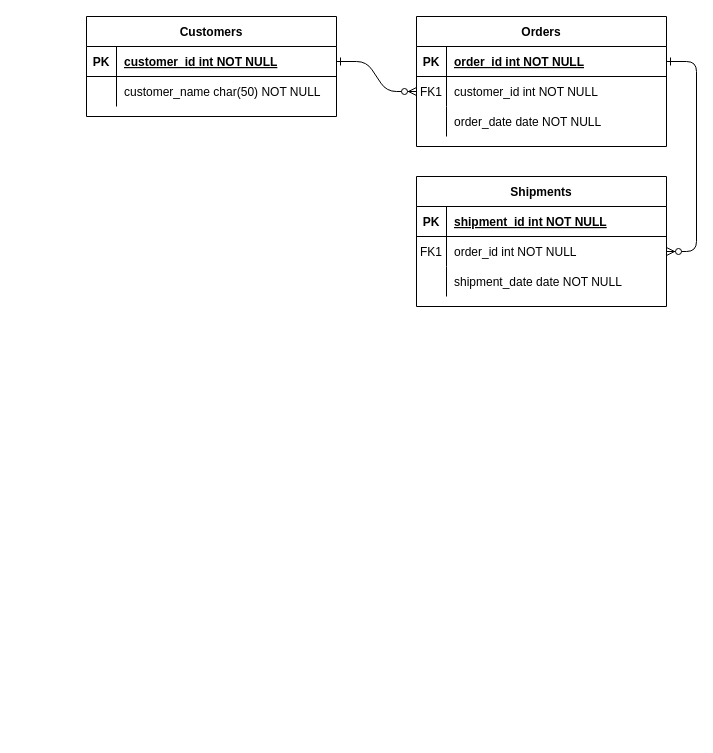
Earlier version of the draw.io diagram Untitled Diagram.drawio (panda-win/pact). Source tidied: cells renumbered, new cells numbered last; positions are measured from the earlier drawing's top-left corner, leaving out a move shared by most shapes. Both pictures are drawn from the tidied source at 100%, with x=0, y=0 at pixel (86, 16).
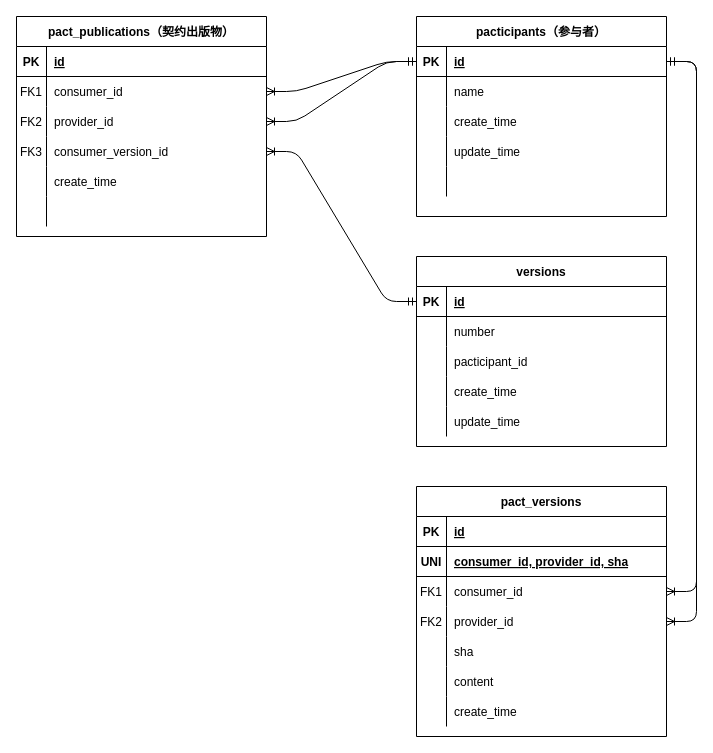
The same page after the edit.

Unchanged cells that the change refers to:
```xml
<mxCell id="5" style="shape=partialRectangle;fillColor=none;points=[[0,0.5],[1,0.5]];portConstraint=eastwest;top=0;left=0;right=0;bottom=1;" parent="4" vertex="1">
  <mxGeometry y="30" width="250" height="30" as="geometry" />
</mxCell>
<mxCell id="8" style="shape=partialRectangle;fillColor=none;points=[[0,0.5],[1,0.5]];portConstraint=eastwest;top=0;left=0;right=0;bottom=0;" parent="4" vertex="1">
  <mxGeometry y="60" width="250" height="30" as="geometry" />
</mxCell>
<mxCell id="15" style="shape=partialRectangle;fillColor=none;points=[[0,0.5],[1,0.5]];portConstraint=eastwest;top=0;left=0;right=0;bottom=1;" parent="14" vertex="1">
  <mxGeometry y="30" width="250" height="30" as="geometry" />
</mxCell>
<mxCell id="25" style="shape=partialRectangle;fillColor=none;points=[[0,0.5],[1,0.5]];portConstraint=eastwest;top=0;left=0;right=0;bottom=1;" parent="24" vertex="1">
  <mxGeometry y="30" width="250" height="30" as="geometry" />
</mxCell>
<mxCell id="28" style="shape=partialRectangle;fillColor=none;top=0;left=0;right=0;bottom=0;" parent="24" vertex="1">
  <mxGeometry y="60" width="250" height="30" as="geometry" />
</mxCell>
```

Diff of the diagram source:
```diff
@@
-    <mxCell id="2" style="edgeStyle=entityRelationEdgeStyle;endArrow=ERzeroToMany;startArrow=ERone;endFill=1;startFill=0;" parent="1" edge="1" source="25" target="8">
-      <mxGeometry relative="1" as="geometry" />
-    </mxCell>
-    <mxCell id="3" style="edgeStyle=entityRelationEdgeStyle;endArrow=ERzeroToMany;startArrow=ERone;endFill=1;startFill=0;" parent="1" edge="1" source="5" target="18">
-      <mxGeometry relative="1" as="geometry" />
-    </mxCell>
-    <mxCell id="4" value="Orders" style="shape=table;startSize=30;childLayout=tableLayout;rowLines=0;fontStyle=1;align=center;" parent="1" vertex="1">
-      <mxGeometry x="330" width="250" height="130" as="geometry" />
+    <mxCell id="4" value="pact_publications（契约出版物）" style="shape=table;startSize=30;childLayout=tableLayout;rowLines=0;fontStyle=1;align=center;" parent="1" vertex="1">
+      <mxGeometry x="-70" width="250" height="220" as="geometry" />
     </mxCell>
@@
-    <mxCell id="7" value="order_id int NOT NULL " style="shape=partialRectangle;overflow=hidden;fillColor=none;top=0;left=0;bottom=0;right=0;align=left;spacingLeft=6;fontStyle=5;" parent="5" vertex="1">
+    <mxCell id="7" value="id" style="shape=partialRectangle;overflow=hidden;fillColor=none;top=0;left=0;bottom=0;right=0;align=left;spacingLeft=6;fontStyle=5;" parent="5" vertex="1">
       <mxGeometry x="30" width="220" height="30" as="geometry" />
     </mxCell>
@@
-    <mxCell id="10" value="customer_id int NOT NULL" style="shape=partialRectangle;overflow=hidden;fillColor=none;top=0;left=0;bottom=0;right=0;align=left;spacingLeft=6;" parent="8" vertex="1">
+    <mxCell id="10" value="consumer_id" style="shape=partialRectangle;overflow=hidden;fillColor=none;top=0;left=0;bottom=0;right=0;align=left;spacingLeft=6;" parent="8" vertex="1">
       <mxGeometry x="30" width="220" height="30" as="geometry" />
     </mxCell>
+    <mxCell id="31" style="shape=partialRectangle;fillColor=none;points=[[0,0.5],[1,0.5]];portConstraint=eastwest;top=0;left=0;right=0;bottom=0;" parent="4" vertex="1">
+      <mxGeometry y="90" width="250" height="30" as="geometry" />
+    </mxCell>
+    <mxCell id="32" value="FK2" style="shape=partialRectangle;overflow=hidden;fillColor=none;top=0;left=0;bottom=0;right=0;" parent="31" vertex="1">
+      <mxGeometry width="30" height="30" as="geometry" />
+    </mxCell>
+    <mxCell id="33" value="provider_id" style="shape=partialRectangle;overflow=hidden;fillColor=none;top=0;left=0;bottom=0;right=0;align=left;spacingLeft=6;" parent="31" vertex="1">
+      <mxGeometry x="30" width="220" height="30" as="geometry" />
+    </mxCell>
     <mxCell id="11" style="shape=partialRectangle;fillColor=none;points=[[0,0.5],[1,0.5]];portConstraint=eastwest;top=0;left=0;right=0;bottom=0;" parent="4" vertex="1">
-      <mxGeometry y="90" width="250" height="30" as="geometry" />
+      <mxGeometry y="120" width="250" height="30" as="geometry" />
     </mxCell>
-    <mxCell id="12" style="shape=partialRectangle;overflow=hidden;fillColor=none;top=0;left=0;bottom=0;right=0;" parent="11" vertex="1">
+    <mxCell id="12" value="FK3" style="shape=partialRectangle;overflow=hidden;fillColor=none;top=0;left=0;bottom=0;right=0;" parent="11" vertex="1">
       <mxGeometry width="30" height="30" as="geometry" />
     </mxCell>
-    <mxCell id="13" value="order_date date NOT NULL" style="shape=partialRectangle;overflow=hidden;fillColor=none;top=0;left=0;bottom=0;right=0;align=left;spacingLeft=6;" parent="11" vertex="1">
+    <mxCell id="13" value="consumer_version_id" style="shape=partialRectangle;overflow=hidden;fillColor=none;top=0;left=0;bottom=0;right=0;align=left;spacingLeft=6;" parent="11" vertex="1">
       <mxGeometry x="30" width="220" height="30" as="geometry" />
     </mxCell>
+    <mxCell id="34" style="shape=partialRectangle;fillColor=none;top=0;left=0;right=0;bottom=0;" parent="4" vertex="1">
+      <mxGeometry y="150" width="250" height="30" as="geometry" />
+    </mxCell>
+    <mxCell id="35" style="shape=partialRectangle;overflow=hidden;fillColor=none;top=0;left=0;bottom=0;right=0;" parent="34" vertex="1">
+      <mxGeometry width="30" height="30" as="geometry" />
+    </mxCell>
+    <mxCell id="36" value="create_time" style="shape=partialRectangle;overflow=hidden;fillColor=none;top=0;left=0;bottom=0;right=0;align=left;spacingLeft=6;" parent="34" vertex="1">
+      <mxGeometry x="30" width="220" height="30" as="geometry" />
+    </mxCell>
+    <mxCell id="37" style="shape=partialRectangle;fillColor=none;top=0;left=0;right=0;bottom=0;" parent="4" vertex="1">
+      <mxGeometry y="180" width="250" height="30" as="geometry" />
+    </mxCell>
+    <mxCell id="38" style="shape=partialRectangle;overflow=hidden;fillColor=none;top=0;left=0;bottom=0;right=0;" parent="37" vertex="1">
+      <mxGeometry width="30" height="30" as="geometry" />
+    </mxCell>
+    <mxCell id="39" style="shape=partialRectangle;overflow=hidden;fillColor=none;top=0;left=0;bottom=0;right=0;align=left;spacingLeft=6;" parent="37" vertex="1">
+      <mxGeometry x="30" width="220" height="30" as="geometry" />
+    </mxCell>
-    <mxCell id="14" value="Shipments" style="shape=table;startSize=30;childLayout=tableLayout;rowLines=0;fontStyle=1;align=center;" parent="1" vertex="1">
-      <mxGeometry x="330" y="160" width="250" height="130" as="geometry" />
+    <mxCell id="14" value="versions" style="shape=table;startSize=30;childLayout=tableLayout;rowLines=0;fontStyle=1;align=center;" parent="1" vertex="1">
+      <mxGeometry x="330" y="240" width="250" height="190" as="geometry" />
     </mxCell>
@@
-    <mxCell id="17" value="shipment_id int NOT NULL " style="shape=partialRectangle;overflow=hidden;fillColor=none;top=0;left=0;bottom=0;right=0;align=left;spacingLeft=6;fontStyle=5;" parent="15" vertex="1">
+    <mxCell id="17" value="id" style="shape=partialRectangle;overflow=hidden;fillColor=none;top=0;left=0;bottom=0;right=0;align=left;spacingLeft=6;fontStyle=5;" parent="15" vertex="1">
       <mxGeometry x="30" width="220" height="30" as="geometry" />
     </mxCell>
+    <mxCell id="40" style="shape=partialRectangle;fillColor=none;top=0;left=0;right=0;bottom=0;" parent="14" vertex="1">
+      <mxGeometry y="60" width="250" height="30" as="geometry" />
+    </mxCell>
+    <mxCell id="41" style="shape=partialRectangle;overflow=hidden;fillColor=none;top=0;left=0;bottom=0;right=0;" parent="40" vertex="1">
+      <mxGeometry width="30" height="30" as="geometry" />
+    </mxCell>
+    <mxCell id="42" value="number" style="shape=partialRectangle;overflow=hidden;fillColor=none;top=0;left=0;bottom=0;right=0;align=left;spacingLeft=6;" parent="40" vertex="1">
+      <mxGeometry x="30" width="220" height="30" as="geometry" />
+    </mxCell>
     <mxCell id="18" style="shape=partialRectangle;fillColor=none;points=[[0,0.5],[1,0.5]];portConstraint=eastwest;top=0;left=0;right=0;bottom=0;" parent="14" vertex="1">
-      <mxGeometry y="60" width="250" height="30" as="geometry" />
+      <mxGeometry y="90" width="250" height="30" as="geometry" />
     </mxCell>
-    <mxCell id="19" value="FK1" style="shape=partialRectangle;overflow=hidden;fillColor=none;top=0;left=0;bottom=0;right=0;" parent="18" vertex="1">
+    <mxCell id="19" style="shape=partialRectangle;overflow=hidden;fillColor=none;top=0;left=0;bottom=0;right=0;" parent="18" vertex="1">
       <mxGeometry width="30" height="30" as="geometry" />
     </mxCell>
-    <mxCell id="20" value="order_id int NOT NULL" style="shape=partialRectangle;overflow=hidden;fillColor=none;top=0;left=0;bottom=0;right=0;align=left;spacingLeft=6;" parent="18" vertex="1">
+    <mxCell id="20" value="pacticipant_id" style="shape=partialRectangle;overflow=hidden;fillColor=none;top=0;left=0;bottom=0;right=0;align=left;spacingLeft=6;" parent="18" vertex="1">
       <mxGeometry x="30" width="220" height="30" as="geometry" />
     </mxCell>
+    <mxCell id="43" style="shape=partialRectangle;fillColor=none;top=0;left=0;right=0;bottom=0;" parent="14" vertex="1">
+      <mxGeometry y="120" width="250" height="30" as="geometry" />
+    </mxCell>
+    <mxCell id="44" style="shape=partialRectangle;overflow=hidden;fillColor=none;top=0;left=0;bottom=0;right=0;" parent="43" vertex="1">
+      <mxGeometry width="30" height="30" as="geometry" />
+    </mxCell>
+    <mxCell id="45" value="create_time" style="shape=partialRectangle;overflow=hidden;fillColor=none;top=0;left=0;bottom=0;right=0;align=left;spacingLeft=6;" parent="43" vertex="1">
+      <mxGeometry x="30" width="220" height="30" as="geometry" />
+    </mxCell>
     <mxCell id="21" style="shape=partialRectangle;fillColor=none;top=0;left=0;right=0;bottom=0;" parent="14" vertex="1">
-      <mxGeometry y="90" width="250" height="30" as="geometry" />
+      <mxGeometry y="150" width="250" height="30" as="geometry" />
     </mxCell>
@@
-    <mxCell id="23" value="shipment_date date NOT NULL" style="shape=partialRectangle;overflow=hidden;fillColor=none;top=0;left=0;bottom=0;right=0;align=left;spacingLeft=6;" parent="21" vertex="1">
+    <mxCell id="23" value="update_time" style="shape=partialRectangle;overflow=hidden;fillColor=none;top=0;left=0;bottom=0;right=0;align=left;spacingLeft=6;" parent="21" vertex="1">
       <mxGeometry x="30" width="220" height="30" as="geometry" />
     </mxCell>
-    <mxCell id="24" value="Customers" style="shape=table;startSize=30;childLayout=tableLayout;rowLines=0;fontStyle=1;align=center;" parent="1" vertex="1">
-      <mxGeometry width="250" height="100" as="geometry" />
+    <mxCell id="24" value="pacticipants（参与者）" style="shape=table;startSize=30;childLayout=tableLayout;rowLines=0;fontStyle=1;align=center;" parent="1" vertex="1">
+      <mxGeometry x="330" width="250" height="200" as="geometry" />
     </mxCell>
@@
-    <mxCell id="27" value="customer_id int NOT NULL " style="shape=partialRectangle;overflow=hidden;fillColor=none;top=0;left=0;bottom=0;right=0;align=left;spacingLeft=6;fontStyle=5;" parent="25" vertex="1">
+    <mxCell id="27" value="id" style="shape=partialRectangle;overflow=hidden;fillColor=none;top=0;left=0;bottom=0;right=0;align=left;spacingLeft=6;fontStyle=5;" parent="25" vertex="1">
       <mxGeometry x="30" width="220" height="30" as="geometry" />
     </mxCell>
@@
-    <mxCell id="30" value="customer_name char(50) NOT NULL" style="shape=partialRectangle;overflow=hidden;fillColor=none;top=0;left=0;bottom=0;right=0;align=left;spacingLeft=6;" parent="28" vertex="1">
+    <mxCell id="30" value="name" style="shape=partialRectangle;overflow=hidden;fillColor=none;top=0;left=0;bottom=0;right=0;align=left;spacingLeft=6;" parent="28" vertex="1">
       <mxGeometry x="30" width="220" height="30" as="geometry" />
     </mxCell>
+    <mxCell id="46" style="shape=partialRectangle;fillColor=none;top=0;left=0;right=0;bottom=0;" parent="24" vertex="1">
+      <mxGeometry y="90" width="250" height="30" as="geometry" />
+    </mxCell>
+    <mxCell id="47" style="shape=partialRectangle;overflow=hidden;fillColor=none;top=0;left=0;bottom=0;right=0;" parent="46" vertex="1">
+      <mxGeometry width="30" height="30" as="geometry" />
+    </mxCell>
+    <mxCell id="48" value="create_time" style="shape=partialRectangle;overflow=hidden;fillColor=none;top=0;left=0;bottom=0;right=0;align=left;spacingLeft=6;" parent="46" vertex="1">
+      <mxGeometry x="30" width="220" height="30" as="geometry" />
+    </mxCell>
+    <mxCell id="49" style="shape=partialRectangle;fillColor=none;top=0;left=0;right=0;bottom=0;" parent="24" vertex="1">
+      <mxGeometry y="120" width="250" height="30" as="geometry" />
+    </mxCell>
+    <mxCell id="50" style="shape=partialRectangle;overflow=hidden;fillColor=none;top=0;left=0;bottom=0;right=0;" parent="49" vertex="1">
+      <mxGeometry width="30" height="30" as="geometry" />
+    </mxCell>
+    <mxCell id="51" value="update_time" style="shape=partialRectangle;overflow=hidden;fillColor=none;top=0;left=0;bottom=0;right=0;align=left;spacingLeft=6;" parent="49" vertex="1">
+      <mxGeometry x="30" width="220" height="30" as="geometry" />
+    </mxCell>
+    <mxCell id="52" style="shape=partialRectangle;fillColor=none;top=0;left=0;right=0;bottom=0;" parent="24" vertex="1">
+      <mxGeometry y="150" width="250" height="30" as="geometry" />
+    </mxCell>
+    <mxCell id="53" style="shape=partialRectangle;overflow=hidden;fillColor=none;top=0;left=0;bottom=0;right=0;" parent="52" vertex="1">
+      <mxGeometry width="30" height="30" as="geometry" />
+    </mxCell>
+    <mxCell id="54" style="shape=partialRectangle;overflow=hidden;fillColor=none;top=0;left=0;bottom=0;right=0;align=left;spacingLeft=6;" parent="52" vertex="1">
+      <mxGeometry x="30" width="220" height="30" as="geometry" />
+    </mxCell>
+    <mxCell id="55" value="pact_versions" style="shape=table;startSize=30;childLayout=tableLayout;rowLines=0;fontStyle=1;align=center;" parent="1" vertex="1">
+      <mxGeometry x="330" y="470" width="250" height="250" as="geometry" />
+    </mxCell>
+    <mxCell id="56" style="shape=partialRectangle;fillColor=none;top=0;left=0;bottom=1;right=0;" parent="55" vertex="1">
+      <mxGeometry y="30" width="250" height="30" as="geometry" />
+    </mxCell>
+    <mxCell id="57" value="PK" style="shape=partialRectangle;fillColor=none;top=0;left=0;bottom=0;right=0;fontStyle=1;overflow=hidden;" parent="56" vertex="1">
+      <mxGeometry width="30" height="30" as="geometry" />
+    </mxCell>
+    <mxCell id="58" value="id" style="shape=partialRectangle;fillColor=none;top=0;left=0;bottom=0;right=0;align=left;spacingLeft=6;fontStyle=5;overflow=hidden;" parent="56" vertex="1">
+      <mxGeometry x="30" width="220" height="30" as="geometry" />
+    </mxCell>
+    <mxCell id="59" style="shape=partialRectangle;fillColor=none;top=0;left=0;bottom=1;right=0;" parent="55" vertex="1">
+      <mxGeometry y="60" width="250" height="30" as="geometry" />
+    </mxCell>
+    <mxCell id="60" value="UNI" style="shape=partialRectangle;fillColor=none;top=0;left=0;bottom=0;right=0;fontStyle=1;overflow=hidden;" parent="59" vertex="1">
+      <mxGeometry width="30" height="30" as="geometry" />
+    </mxCell>
+    <mxCell id="61" value="consumer_id, provider_id, sha" style="shape=partialRectangle;fillColor=none;top=0;left=0;bottom=0;right=0;align=left;spacingLeft=6;fontStyle=5;overflow=hidden;" parent="59" vertex="1">
+      <mxGeometry x="30" width="220" height="30" as="geometry" />
+    </mxCell>
+    <mxCell id="62" style="shape=partialRectangle;fillColor=none;top=0;left=0;bottom=0;right=0;points=[[0,0.5],[1,0.5]];portConstraint=eastwest;" parent="55" vertex="1">
+      <mxGeometry y="90" width="250" height="30" as="geometry" />
+    </mxCell>
+    <mxCell id="63" value="FK1" style="shape=partialRectangle;fillColor=none;top=0;left=0;bottom=0;right=0;overflow=hidden;" parent="62" vertex="1">
+      <mxGeometry width="30" height="30" as="geometry" />
+    </mxCell>
+    <mxCell id="64" value="consumer_id" style="shape=partialRectangle;fillColor=none;top=0;left=0;bottom=0;right=0;align=left;spacingLeft=6;overflow=hidden;" parent="62" vertex="1">
+      <mxGeometry x="30" width="220" height="30" as="geometry" />
+    </mxCell>
+    <mxCell id="65" style="shape=partialRectangle;fillColor=none;top=0;left=0;bottom=0;right=0;points=[[0,0.5],[1,0.5]];portConstraint=eastwest;" parent="55" vertex="1">
+      <mxGeometry y="120" width="250" height="30" as="geometry" />
+    </mxCell>
+    <mxCell id="66" value="FK2" style="shape=partialRectangle;fillColor=none;top=0;left=0;bottom=0;right=0;overflow=hidden;" parent="65" vertex="1">
+      <mxGeometry width="30" height="30" as="geometry" />
+    </mxCell>
+    <mxCell id="67" value="provider_id" style="shape=partialRectangle;fillColor=none;top=0;left=0;bottom=0;right=0;align=left;spacingLeft=6;overflow=hidden;" parent="65" vertex="1">
+      <mxGeometry x="30" width="220" height="30" as="geometry" />
+    </mxCell>
+    <mxCell id="68" style="shape=partialRectangle;fillColor=none;top=0;left=0;bottom=0;right=0;" parent="55" vertex="1">
+      <mxGeometry y="150" width="250" height="30" as="geometry" />
+    </mxCell>
+    <mxCell id="69" style="shape=partialRectangle;fillColor=none;top=0;left=0;bottom=0;right=0;overflow=hidden;" parent="68" vertex="1">
+      <mxGeometry width="30" height="30" as="geometry" />
+    </mxCell>
+    <mxCell id="70" value="sha" style="shape=partialRectangle;fillColor=none;top=0;left=0;bottom=0;right=0;align=left;spacingLeft=6;overflow=hidden;" parent="68" vertex="1">
+      <mxGeometry x="30" width="220" height="30" as="geometry" />
+    </mxCell>
+    <mxCell id="71" style="shape=partialRectangle;fillColor=none;top=0;left=0;bottom=0;right=0;" parent="55" vertex="1">
+      <mxGeometry y="180" width="250" height="30" as="geometry" />
+    </mxCell>
+    <mxCell id="72" style="shape=partialRectangle;fillColor=none;top=0;left=0;bottom=0;right=0;overflow=hidden;" parent="71" vertex="1">
+      <mxGeometry width="30" height="30" as="geometry" />
+    </mxCell>
+    <mxCell id="73" value="content" style="shape=partialRectangle;fillColor=none;top=0;left=0;bottom=0;right=0;align=left;spacingLeft=6;overflow=hidden;" parent="71" vertex="1">
+      <mxGeometry x="30" width="220" height="30" as="geometry" />
+    </mxCell>
+    <mxCell id="74" style="shape=partialRectangle;fillColor=none;top=0;left=0;bottom=0;right=0;" parent="55" vertex="1">
+      <mxGeometry y="210" width="250" height="30" as="geometry" />
+    </mxCell>
+    <mxCell id="75" style="shape=partialRectangle;fillColor=none;top=0;left=0;bottom=0;right=0;overflow=hidden;" parent="74" vertex="1">
+      <mxGeometry width="30" height="30" as="geometry" />
+    </mxCell>
+    <mxCell id="76" value="create_time" style="shape=partialRectangle;fillColor=none;top=0;left=0;bottom=0;right=0;align=left;spacingLeft=6;overflow=hidden;" parent="74" vertex="1">
+      <mxGeometry x="30" width="220" height="30" as="geometry" />
+    </mxCell>
+    <mxCell id="2" style="edgeStyle=entityRelationEdgeStyle;fontSize=12;html=1;endArrow=ERoneToMany;startArrow=ERmandOne;exitX=0;exitY=0.5;exitDx=0;exitDy=0;entryX=1;entryY=0.5;entryDx=0;entryDy=0;" parent="1" edge="1" source="25" target="8">
+      <mxGeometry relative="1" as="geometry" />
+    </mxCell>
+    <mxCell id="77" style="edgeStyle=entityRelationEdgeStyle;fontSize=12;html=1;endArrow=ERoneToMany;startArrow=ERmandOne;exitX=0;exitY=0.5;exitDx=0;exitDy=0;entryX=1;entryY=0.5;entryDx=0;entryDy=0;" parent="1" edge="1" source="25" target="31">
+      <mxGeometry relative="1" as="geometry" />
+    </mxCell>
+    <mxCell id="78" style="edgeStyle=entityRelationEdgeStyle;fontSize=12;html=1;endArrow=ERoneToMany;startArrow=ERmandOne;exitX=0;exitY=0.5;exitDx=0;exitDy=0;entryX=1;entryY=0.5;entryDx=0;entryDy=0;" parent="1" edge="1" source="15" target="11">
+      <mxGeometry relative="1" as="geometry" />
+    </mxCell>
+    <mxCell id="79" style="edgeStyle=entityRelationEdgeStyle;fontSize=12;html=1;endArrow=ERoneToMany;startArrow=ERmandOne;entryX=1;entryY=0.5;entryDx=0;entryDy=0;exitX=1;exitY=0.5;exitDx=0;exitDy=0;" parent="1" edge="1" source="25" target="62">
+      <mxGeometry relative="1" as="geometry" />
+    </mxCell>
+    <mxCell id="80" style="edgeStyle=entityRelationEdgeStyle;fontSize=12;html=1;endArrow=ERoneToMany;startArrow=ERmandOne;entryX=1;entryY=0.5;entryDx=0;entryDy=0;exitX=1;exitY=0.5;exitDx=0;exitDy=0;" parent="1" edge="1" source="25" target="65">
+      <mxGeometry relative="1" as="geometry" />
+    </mxCell>
```
